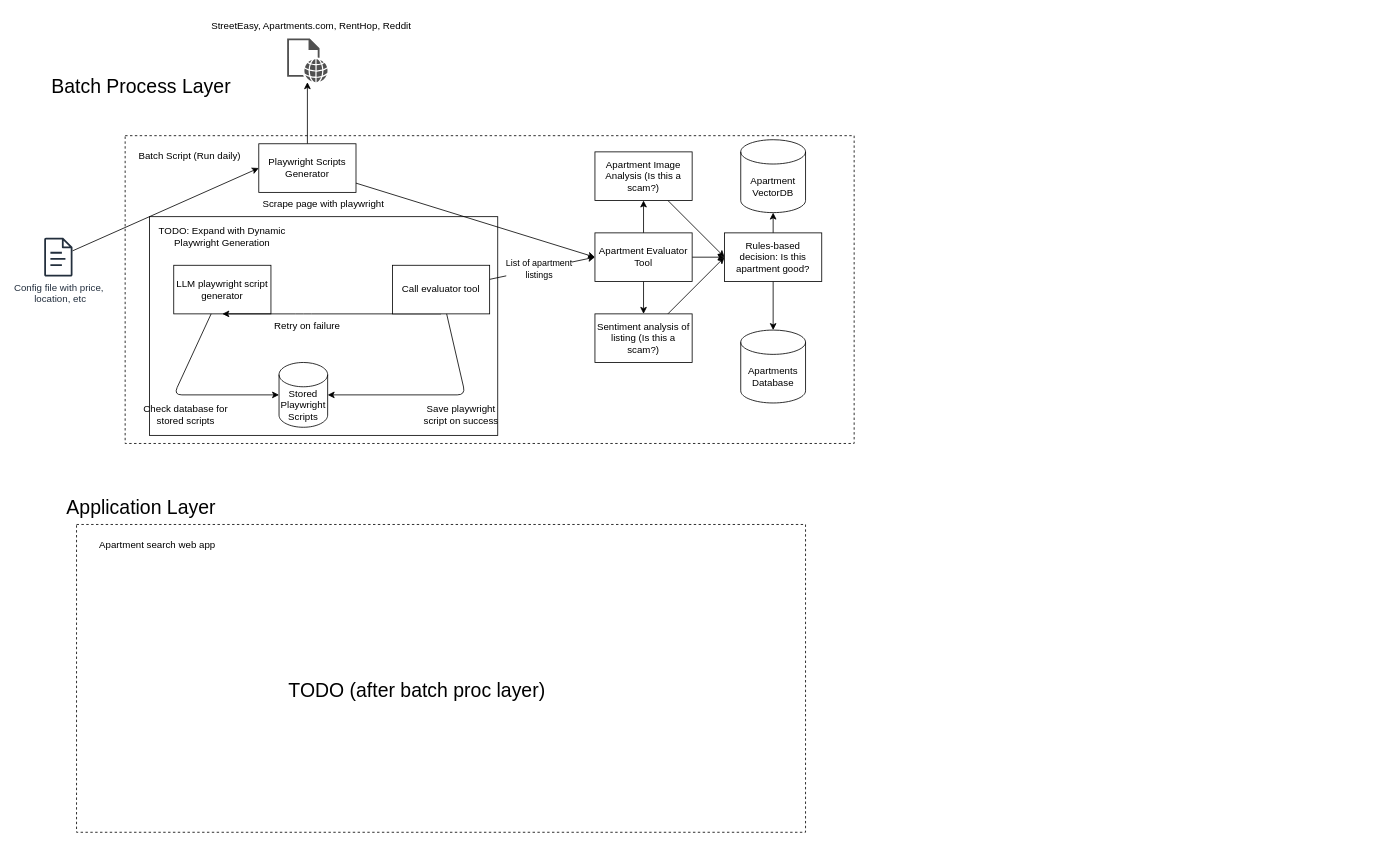
Before: docs/architecture.drawio in GageWAnderson/broker-agent, a draw.io diagram. Source tidied: cells renumbered, new cells numbered last; positions are measured from the earlier drawing's top-left corner, leaving out a move shared by most shapes. Both pictures are drawn from the tidied source at 81%, with x=0, y=0 at pixel (44, 14).
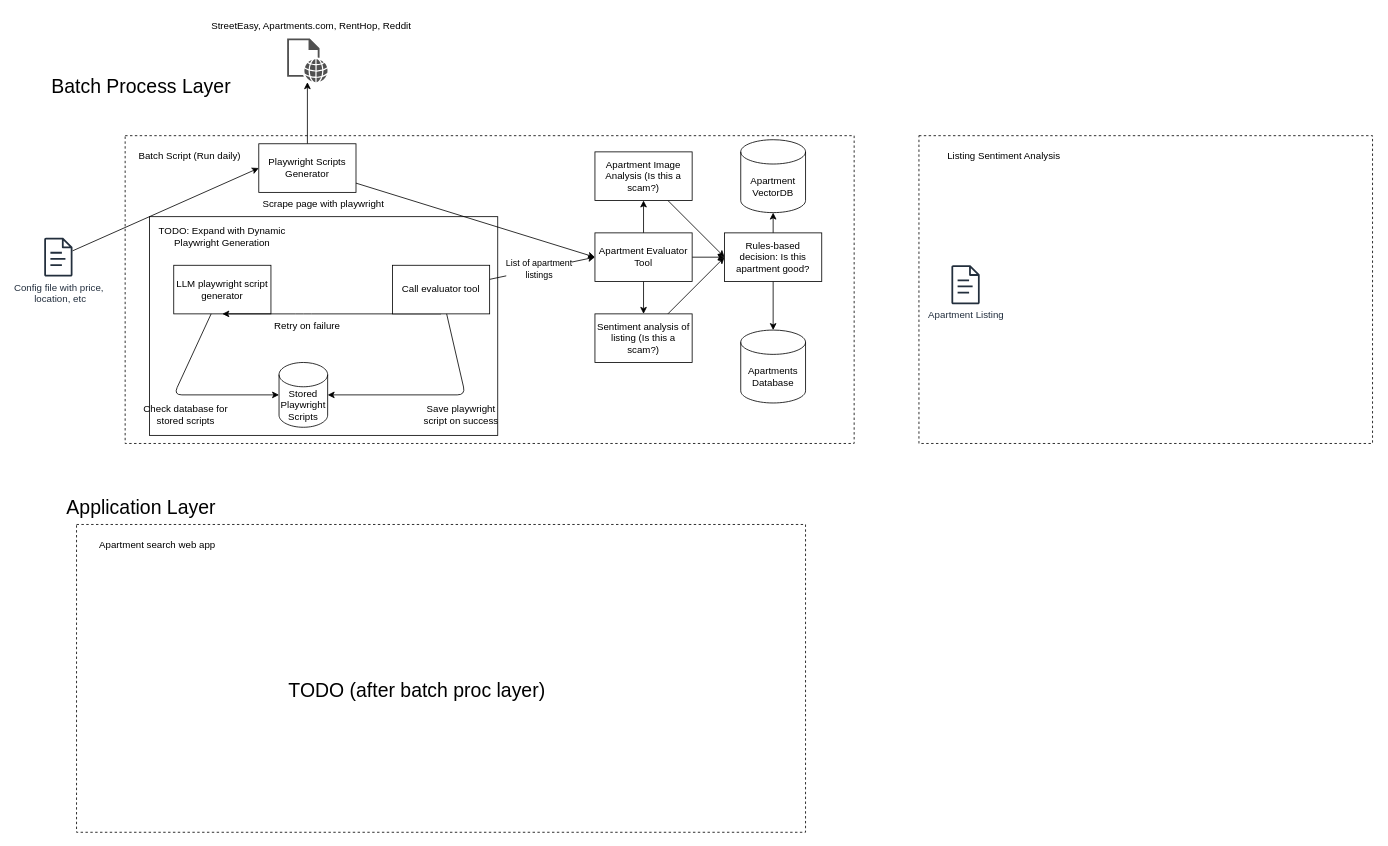
Above is the later version.

Diff of the diagram source:
```diff
@@
+    <mxCell id="43" style="whiteSpace=wrap;html=1;fillColor=none;dashed=1;" parent="1" vertex="1">
+      <mxGeometry x="1080" y="150" width="560" height="380" as="geometry" />
+    </mxCell>
+    <mxCell id="44" value="Listing Sentiment Analysis" style="text;html=1;align=center;verticalAlign=middle;whiteSpace=wrap;rounded=0;" parent="1" vertex="1">
+      <mxGeometry x="1090" y="160" width="190" height="30" as="geometry" />
+    </mxCell>
+    <mxCell id="45" value="Apartment Listing" style="sketch=0;fontColor=#232F3E;gradientColor=none;fillColor=#232F3D;strokeColor=none;dashed=0;verticalLabelPosition=bottom;verticalAlign=top;align=center;html=1;fontSize=12;fontStyle=0;shape=mxgraph.aws4.document;" parent="1" vertex="1">
+      <mxGeometry x="1120" y="310" width="35.1" height="48" as="geometry" />
+    </mxCell>
```
